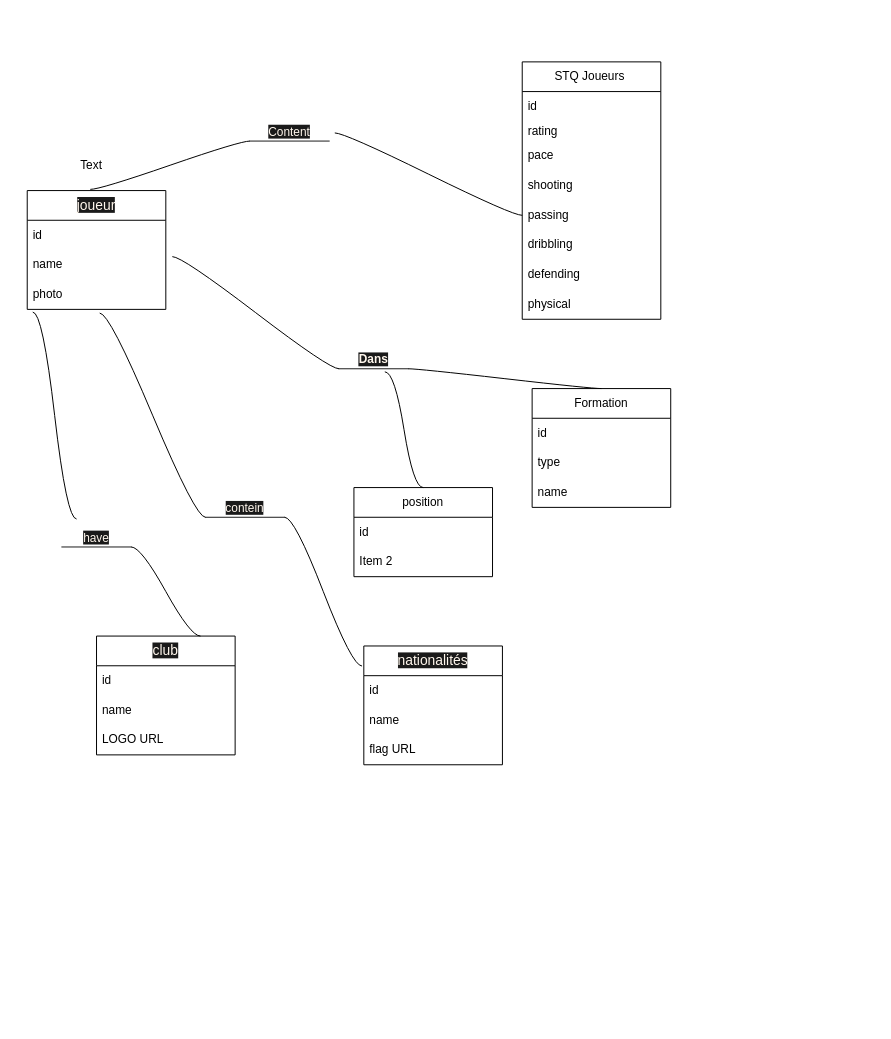
This is gestion.dio from zakaria-123kardache/Gestionnaire_FUT_Champions, a draw.io file, before an edit. Source tidied: cells renumbered, new cells numbered last; positions are measured from the earlier drawing's top-left corner, leaving out a move shared by most shapes. Both pictures are drawn from the tidied source at 99%, with x=0, y=0 at pixel (27, 61).
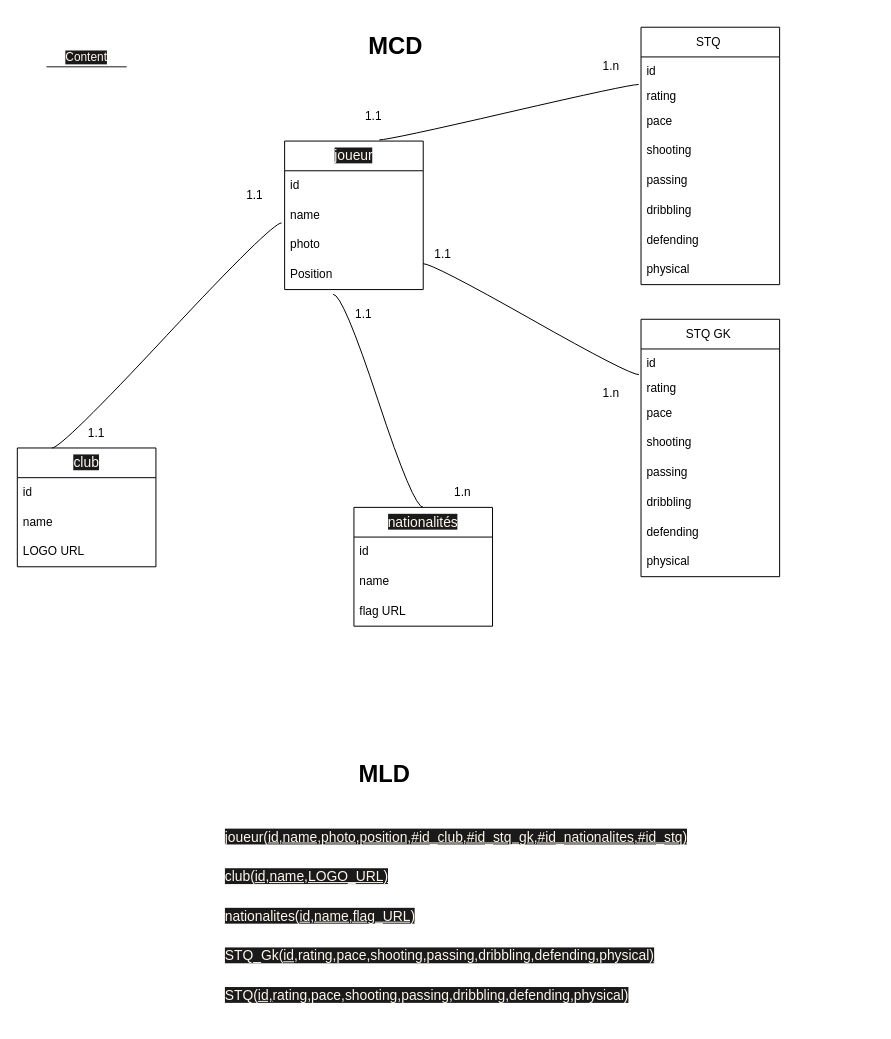
After the change.

Commit message:
MOdification CMD et Add MLD De Player

The change refers to these unchanged cells:
```xml
<mxCell id="3" value="id" style="text;strokeColor=none;fillColor=none;align=left;verticalAlign=middle;spacingLeft=4;spacingRight=4;overflow=hidden;points=[[0,0.5],[1,0.5]];portConstraint=eastwest;whiteSpace=wrap;html=1;" parent="2" vertex="1">
  <mxGeometry y="30" width="140" height="30" as="geometry" />
</mxCell>
<mxCell id="4" value="name" style="text;strokeColor=none;fillColor=none;align=left;verticalAlign=middle;spacingLeft=4;spacingRight=4;overflow=hidden;points=[[0,0.5],[1,0.5]];portConstraint=eastwest;whiteSpace=wrap;html=1;" parent="2" vertex="1">
  <mxGeometry y="60" width="140" height="30" as="geometry" />
</mxCell>
<mxCell id="5" value="photo" style="text;strokeColor=none;fillColor=none;align=left;verticalAlign=middle;spacingLeft=4;spacingRight=4;overflow=hidden;points=[[0,0.5],[1,0.5]];portConstraint=eastwest;whiteSpace=wrap;html=1;" parent="2" vertex="1">
  <mxGeometry y="90" width="140" height="30" as="geometry" />
</mxCell>
<mxCell id="19" value="id" style="text;strokeColor=none;fillColor=none;align=left;verticalAlign=middle;spacingLeft=4;spacingRight=4;overflow=hidden;points=[[0,0.5],[1,0.5]];portConstraint=eastwest;whiteSpace=wrap;html=1;" parent="18" vertex="1">
  <mxGeometry y="30" width="140" height="30" as="geometry" />
</mxCell>
<mxCell id="23" value="passing" style="text;strokeColor=none;fillColor=none;align=left;verticalAlign=middle;spacingLeft=4;spacingRight=4;overflow=hidden;points=[[0,0.5],[1,0.5]];portConstraint=eastwest;whiteSpace=wrap;html=1;" parent="18" vertex="1">
  <mxGeometry y="140" width="140" height="30" as="geometry" />
</mxCell>
```

The edit, as a diff of the source:
```diff
@@
     <mxCell id="2" value="&lt;span style=&quot;font-family: &amp;quot;Nunito Sans&amp;quot;, sans-serif; font-size: 14px; text-align: left; background-color: rgb(26, 26, 26);&quot;&gt;&lt;font style=&quot;&quot; color=&quot;#fff7ed&quot;&gt;joueur&lt;/font&gt;&lt;/span&gt;" style="swimlane;fontStyle=0;horizontal=1;startSize=30;whiteSpace=wrap;html=1;" parent="1" vertex="1">
-      <mxGeometry y="130" width="140" height="120" as="geometry" />
+      <mxGeometry x="260" y="80" width="140" height="150" as="geometry" />
     </mxCell>
@@
+    <mxCell id="44" value="Position" style="text;strokeColor=none;fillColor=none;align=left;verticalAlign=middle;spacingLeft=4;spacingRight=4;overflow=hidden;points=[[0,0.5],[1,0.5]];portConstraint=eastwest;whiteSpace=wrap;html=1;" parent="2" vertex="1">
+      <mxGeometry y="120" width="140" height="30" as="geometry" />
+    </mxCell>
     <mxCell id="6" value="&lt;span style=&quot;font-family: &amp;quot;Nunito Sans&amp;quot;, sans-serif; font-size: 14px; text-align: left; background-color: rgb(26, 26, 26);&quot;&gt;&lt;font style=&quot;&quot; color=&quot;#fff7ed&quot;&gt;nationalités&lt;/font&gt;&lt;/span&gt;" style="swimlane;fontStyle=0;horizontal=1;startSize=30;whiteSpace=wrap;html=1;" parent="1" vertex="1">
-      <mxGeometry x="340" y="590" width="140" height="120" as="geometry" />
+      <mxGeometry x="330" y="450" width="140" height="120" as="geometry" />
     </mxCell>
@@
     <mxCell id="10" value="&lt;span style=&quot;font-family: &amp;quot;Nunito Sans&amp;quot;, sans-serif; font-size: 14px; text-align: left; background-color: rgb(26, 26, 26);&quot;&gt;&lt;font style=&quot;&quot; color=&quot;#fff7ed&quot;&gt;club&lt;/font&gt;&lt;/span&gt;" style="swimlane;fontStyle=0;horizontal=1;startSize=30;whiteSpace=wrap;html=1;" parent="1" vertex="1">
-      <mxGeometry x="70" y="580" width="140" height="120" as="geometry" />
+      <mxGeometry x="-10" y="390" width="140" height="120" as="geometry" />
     </mxCell>
@@
-    <mxCell id="14" value="Formation" style="swimlane;fontStyle=0;horizontal=1;startSize=30;whiteSpace=wrap;html=1;" parent="1" vertex="1">
-      <mxGeometry x="510" y="330" width="140" height="120" as="geometry" />
-    </mxCell>
-    <mxCell id="15" value="id" style="text;strokeColor=none;fillColor=none;align=left;verticalAlign=middle;spacingLeft=4;spacingRight=4;overflow=hidden;whiteSpace=wrap;html=1;" parent="14" vertex="1">
-      <mxGeometry y="30" width="140" height="30" as="geometry" />
-    </mxCell>
-    <mxCell id="16" value="type" style="text;strokeColor=none;fillColor=none;align=left;verticalAlign=middle;spacingLeft=4;spacingRight=4;overflow=hidden;whiteSpace=wrap;html=1;" parent="14" vertex="1">
-      <mxGeometry y="60" width="140" height="30" as="geometry" />
-    </mxCell>
-    <mxCell id="17" value="name" style="text;strokeColor=none;fillColor=none;align=left;verticalAlign=middle;spacingLeft=4;spacingRight=4;overflow=hidden;whiteSpace=wrap;html=1;" parent="14" vertex="1">
-      <mxGeometry y="90" width="140" height="30" as="geometry" />
-    </mxCell>
-    <mxCell id="18" value="STQ Joueurs&amp;nbsp;" style="swimlane;fontStyle=0;horizontal=1;startSize=30;whiteSpace=wrap;html=1;" parent="1" vertex="1">
-      <mxGeometry x="500" width="140" height="260" as="geometry" />
+    <mxCell id="18" value="STQ&amp;nbsp;" style="swimlane;fontStyle=0;horizontal=1;startSize=30;whiteSpace=wrap;html=1;" parent="1" vertex="1">
+      <mxGeometry x="620" y="-35" width="140" height="260" as="geometry" />
     </mxCell>
@@
     <mxCell id="27" value="Content" style="whiteSpace=wrap;html=1;shape=partialRectangle;top=0;left=0;bottom=1;right=0;points=[[0,1],[1,1]];fillColor=none;align=center;verticalAlign=bottom;routingCenterY=0.5;snapToPoint=1;newEdgeStyle={&quot;edgeStyle&quot;:&quot;entityRelationEdgeStyle&quot;,&quot;startArrow&quot;:&quot;none&quot;,&quot;endArrow&quot;:&quot;none&quot;,&quot;segment&quot;:10,&quot;curved&quot;:1,&quot;sourcePerimeterSpacing&quot;:0,&quot;targetPerimeterSpacing&quot;:0};labelBackgroundColor=#1A1A1A;strokeColor=#1A1A1A;fontColor=#FFF7ED;" parent="1" vertex="1" collapsed="1">
-      <mxGeometry x="225" y="50" width="80" height="30" as="geometry" />
+      <mxGeometry x="20" y="-25" width="80" height="30" as="geometry" />
     </mxCell>
-    <mxCell id="28" style="edgeStyle=entityRelationEdgeStyle;startArrow=none;endArrow=none;segment=10;curved=1;sourcePerimeterSpacing=0;targetPerimeterSpacing=0;fontColor=#FFF7ED;exitX=0.455;exitY=-0.01;exitDx=0;exitDy=0;exitPerimeter=0;" parent="1" edge="1" source="2" target="27">
-      <mxGeometry relative="1" as="geometry" />
-    </mxCell>
-    <mxCell id="29" style="edgeStyle=entityRelationEdgeStyle;startArrow=none;endArrow=none;segment=10;curved=1;sourcePerimeterSpacing=0;targetPerimeterSpacing=0;fontColor=#FFF7ED;exitX=0;exitY=0.5;exitDx=0;exitDy=0;entryX=1.071;entryY=0.726;entryDx=0;entryDy=0;entryPerimeter=0;" parent="1" edge="1" source="23" target="27">
-      <mxGeometry relative="1" as="geometry" />
-    </mxCell>
-    <mxCell id="30" value="position" style="swimlane;fontStyle=0;horizontal=1;startSize=30;whiteSpace=wrap;html=1;" parent="1" vertex="1">
-      <mxGeometry x="330" y="430" width="140" height="90" as="geometry" />
-    </mxCell>
-    <mxCell id="31" value="id" style="text;strokeColor=none;fillColor=none;align=left;verticalAlign=middle;spacingLeft=4;spacingRight=4;overflow=hidden;whiteSpace=wrap;html=1;" parent="30" vertex="1">
-      <mxGeometry y="30" width="140" height="30" as="geometry" />
-    </mxCell>
-    <mxCell id="32" value="Item 2" style="text;strokeColor=none;fillColor=none;align=left;verticalAlign=middle;spacingLeft=4;spacingRight=4;overflow=hidden;whiteSpace=wrap;html=1;" parent="30" vertex="1">
-      <mxGeometry y="60" width="140" height="30" as="geometry" />
-    </mxCell>
-    <mxCell id="33" value="Dans" style="whiteSpace=wrap;html=1;shape=partialRectangle;top=0;left=0;bottom=1;right=0;points=[[0,1],[1,1]];fillColor=none;align=center;verticalAlign=bottom;routingCenterY=0.5;snapToPoint=1;newEdgeStyle={&quot;edgeStyle&quot;:&quot;entityRelationEdgeStyle&quot;,&quot;startArrow&quot;:&quot;none&quot;,&quot;endArrow&quot;:&quot;none&quot;,&quot;segment&quot;:10,&quot;curved&quot;:1,&quot;sourcePerimeterSpacing&quot;:0,&quot;targetPerimeterSpacing&quot;:0};labelBackgroundColor=#1A1A1A;strokeColor=#1A1A1A;fontColor=#FFF7ED;fontStyle=1;" parent="1" vertex="1">
-      <mxGeometry x="315" y="280" width="70" height="30" as="geometry" />
-    </mxCell>
-    <mxCell id="34" style="edgeStyle=entityRelationEdgeStyle;startArrow=none;endArrow=none;segment=10;curved=1;sourcePerimeterSpacing=0;targetPerimeterSpacing=0;fontColor=#FFF7ED;exitX=1.047;exitY=1.224;exitDx=0;exitDy=0;exitPerimeter=0;" parent="1" edge="1" source="3" target="33">
-      <mxGeometry relative="1" as="geometry" />
-    </mxCell>
-    <mxCell id="35" style="edgeStyle=entityRelationEdgeStyle;startArrow=none;endArrow=none;segment=10;curved=1;sourcePerimeterSpacing=0;targetPerimeterSpacing=0;fontColor=#FFF7ED;entryX=0.5;entryY=0;entryDx=0;entryDy=0;" parent="1" edge="1" source="33" target="14">
-      <mxGeometry relative="1" as="geometry" />
-    </mxCell>
-    <mxCell id="36" style="edgeStyle=entityRelationEdgeStyle;startArrow=none;endArrow=none;segment=10;curved=1;targetPerimeterSpacing=0;fontColor=#FFF7ED;entryX=-0.013;entryY=0.169;entryDx=0;entryDy=0;entryPerimeter=0;exitDx=0;exitDy=0;exitPerimeter=0;" parent="1" edge="1" source="38" target="6">
-      <mxGeometry relative="1" as="geometry" />
-    </mxCell>
-    <mxCell id="37" style="edgeStyle=entityRelationEdgeStyle;startArrow=none;endArrow=none;segment=10;curved=1;sourcePerimeterSpacing=0;fontColor=#FFF7ED;entryDx=0;entryDy=0;entryPerimeter=0;exitX=0.523;exitY=1.125;exitDx=0;exitDy=0;exitPerimeter=0;" parent="1" edge="1" source="5" target="38">
+    <mxCell id="37" style="edgeStyle=entityRelationEdgeStyle;startArrow=none;endArrow=none;segment=10;curved=1;sourcePerimeterSpacing=0;fontColor=#FFF7ED;entryDx=0;entryDy=0;exitX=0.35;exitY=1.158;exitDx=0;exitDy=0;exitPerimeter=0;entryX=0.5;entryY=0;" parent="1" edge="1" source="44" target="6">
       <mxGeometry relative="1" as="geometry" />
     </mxCell>
-    <mxCell id="38" value="contein" style="whiteSpace=wrap;html=1;shape=partialRectangle;top=0;left=0;bottom=1;right=0;points=[[0,1],[1,1]];fillColor=none;align=center;verticalAlign=bottom;routingCenterY=0.5;snapToPoint=1;newEdgeStyle={&quot;edgeStyle&quot;:&quot;entityRelationEdgeStyle&quot;,&quot;startArrow&quot;:&quot;none&quot;,&quot;endArrow&quot;:&quot;none&quot;,&quot;segment&quot;:10,&quot;curved&quot;:1,&quot;sourcePerimeterSpacing&quot;:0,&quot;targetPerimeterSpacing&quot;:0};labelBackgroundColor=#1A1A1A;strokeColor=#1A1A1A;fontColor=#FFF7ED;" parent="1" vertex="1">
-      <mxGeometry x="180" y="430" width="80" height="30" as="geometry" />
-    </mxCell>
-    <mxCell id="39" style="edgeStyle=entityRelationEdgeStyle;startArrow=none;endArrow=none;segment=10;curved=1;sourcePerimeterSpacing=0;fontColor=#FFF7ED;entryDx=0;entryDy=0;entryPerimeter=0;exitX=0.04;exitY=1.092;exitDx=0;exitDy=0;exitPerimeter=0;entryX=0.212;entryY=0.059;" parent="1" edge="1" source="5" target="40">
-      <mxGeometry relative="1" as="geometry" />
-    </mxCell>
-    <mxCell id="40" value="have" style="whiteSpace=wrap;html=1;shape=partialRectangle;top=0;left=0;bottom=1;right=0;points=[[0,1],[1,1]];fillColor=none;align=center;verticalAlign=bottom;routingCenterY=0.5;snapToPoint=1;newEdgeStyle={&quot;edgeStyle&quot;:&quot;entityRelationEdgeStyle&quot;,&quot;startArrow&quot;:&quot;none&quot;,&quot;endArrow&quot;:&quot;none&quot;,&quot;segment&quot;:10,&quot;curved&quot;:1,&quot;sourcePerimeterSpacing&quot;:0,&quot;targetPerimeterSpacing&quot;:0};labelBackgroundColor=#1A1A1A;strokeColor=#1A1A1A;fontColor=#FFF7ED;" parent="1" vertex="1">
-      <mxGeometry x="35" y="460" width="70" height="30" as="geometry" />
-    </mxCell>
-    <mxCell id="41" style="edgeStyle=entityRelationEdgeStyle;startArrow=none;endArrow=none;segment=10;curved=1;targetPerimeterSpacing=0;fontColor=#FFF7ED;entryX=0.75;entryY=0;entryDx=0;entryDy=0;" parent="1" edge="1" source="40" target="10">
+    <mxCell id="41" style="edgeStyle=entityRelationEdgeStyle;startArrow=none;endArrow=none;segment=10;curved=1;targetPerimeterSpacing=0;fontColor=#FFF7ED;entryX=-0.022;entryY=0.756;entryDx=0;entryDy=0;exitX=0.25;exitY=0;exitDx=0;exitDy=0;entryPerimeter=0;" parent="1" edge="1" source="10" target="4">
       <mxGeometry relative="1" as="geometry" />
     </mxCell>
-    <mxCell id="42" style="edgeStyle=entityRelationEdgeStyle;startArrow=none;endArrow=none;segment=10;curved=1;sourcePerimeterSpacing=0;targetPerimeterSpacing=0;fontColor=#FFF7ED;entryX=0.5;entryY=0;entryDx=0;entryDy=0;exitX=0.66;exitY=1.103;exitDx=0;exitDy=0;exitPerimeter=0;" parent="1" edge="1" source="33" target="30">
-      <mxGeometry relative="1" as="geometry" />
-    </mxCell>
-    <mxCell id="43" value="Text" style="text;html=1;strokeColor=none;fillColor=none;align=center;verticalAlign=middle;whiteSpace=wrap;rounded=0;" parent="1" vertex="1">
-      <mxGeometry x="35" y="90" width="60" height="30" as="geometry" />
+    <mxCell id="43" value="1.1" style="text;html=1;strokeColor=none;fillColor=none;align=center;verticalAlign=middle;whiteSpace=wrap;rounded=0;" parent="1" vertex="1">
+      <mxGeometry x="200" y="120" width="60" height="30" as="geometry" />
     </mxCell>
+    <mxCell id="45" value="STQ GK&amp;nbsp;" style="swimlane;fontStyle=0;horizontal=1;startSize=30;whiteSpace=wrap;html=1;" parent="1" vertex="1">
+      <mxGeometry x="620" y="260" width="140" height="260" as="geometry" />
+    </mxCell>
+    <mxCell id="46" value="id" style="text;strokeColor=none;fillColor=none;align=left;verticalAlign=middle;spacingLeft=4;spacingRight=4;overflow=hidden;points=[[0,0.5],[1,0.5]];portConstraint=eastwest;whiteSpace=wrap;html=1;" parent="45" vertex="1">
+      <mxGeometry y="30" width="140" height="30" as="geometry" />
+    </mxCell>
+    <mxCell id="47" value="rating" style="text;strokeColor=none;fillColor=none;align=left;verticalAlign=middle;spacingLeft=4;spacingRight=4;overflow=hidden;whiteSpace=wrap;html=1;" parent="45" vertex="1">
+      <mxGeometry y="60" width="140" height="20" as="geometry" />
+    </mxCell>
+    <mxCell id="48" value="pace" style="text;strokeColor=none;fillColor=none;align=left;verticalAlign=middle;spacingLeft=4;spacingRight=4;overflow=hidden;whiteSpace=wrap;html=1;" parent="45" vertex="1">
+      <mxGeometry y="80" width="140" height="30" as="geometry" />
+    </mxCell>
+    <mxCell id="49" value="shooting" style="text;strokeColor=none;fillColor=none;align=left;verticalAlign=middle;spacingLeft=4;spacingRight=4;overflow=hidden;whiteSpace=wrap;html=1;" parent="45" vertex="1">
+      <mxGeometry y="110" width="140" height="30" as="geometry" />
+    </mxCell>
+    <mxCell id="50" value="passing" style="text;strokeColor=none;fillColor=none;align=left;verticalAlign=middle;spacingLeft=4;spacingRight=4;overflow=hidden;whiteSpace=wrap;html=1;" parent="45" vertex="1">
+      <mxGeometry y="140" width="140" height="30" as="geometry" />
+    </mxCell>
+    <mxCell id="51" value="dribbling" style="text;strokeColor=none;fillColor=none;align=left;verticalAlign=middle;spacingLeft=4;spacingRight=4;overflow=hidden;whiteSpace=wrap;html=1;" parent="45" vertex="1">
+      <mxGeometry y="170" width="140" height="30" as="geometry" />
+    </mxCell>
+    <mxCell id="52" value="defending" style="text;strokeColor=none;fillColor=none;align=left;verticalAlign=middle;spacingLeft=4;spacingRight=4;overflow=hidden;whiteSpace=wrap;html=1;" parent="45" vertex="1">
+      <mxGeometry y="200" width="140" height="30" as="geometry" />
+    </mxCell>
+    <mxCell id="53" value="physical" style="text;strokeColor=none;fillColor=none;align=left;verticalAlign=middle;spacingLeft=4;spacingRight=4;overflow=hidden;whiteSpace=wrap;html=1;" parent="45" vertex="1">
+      <mxGeometry y="230" width="140" height="30" as="geometry" />
+    </mxCell>
+    <mxCell id="54" style="edgeStyle=entityRelationEdgeStyle;startArrow=none;endArrow=none;segment=10;curved=1;sourcePerimeterSpacing=0;targetPerimeterSpacing=0;fontColor=#FFF7ED;exitX=-0.017;exitY=0.928;exitDx=0;exitDy=0;exitPerimeter=0;entryX=0.683;entryY=-0.008;entryDx=0;entryDy=0;entryPerimeter=0;" parent="1" edge="1" source="19" target="2">
+      <mxGeometry relative="1" as="geometry" />
+    </mxCell>
+    <mxCell id="55" style="edgeStyle=entityRelationEdgeStyle;startArrow=none;endArrow=none;segment=10;curved=1;sourcePerimeterSpacing=0;targetPerimeterSpacing=0;fontColor=#FFF7ED;exitX=0.999;exitY=0.128;exitDx=0;exitDy=0;entryX=-0.015;entryY=0.865;entryDx=0;entryDy=0;entryPerimeter=0;exitPerimeter=0;" parent="1" edge="1" source="44" target="46">
+      <mxGeometry relative="1" as="geometry" />
+    </mxCell>
+    <mxCell id="56" value="1.n" style="text;html=1;strokeColor=none;fillColor=none;align=center;verticalAlign=middle;whiteSpace=wrap;rounded=0;" parent="1" vertex="1">
+      <mxGeometry x="560" y="-10" width="60" height="30" as="geometry" />
+    </mxCell>
+    <mxCell id="57" value="1.n" style="text;html=1;strokeColor=none;fillColor=none;align=center;verticalAlign=middle;whiteSpace=wrap;rounded=0;" parent="1" vertex="1">
+      <mxGeometry x="560" y="320" width="60" height="30" as="geometry" />
+    </mxCell>
+    <mxCell id="58" value="1.1" style="text;html=1;strokeColor=none;fillColor=none;align=center;verticalAlign=middle;whiteSpace=wrap;rounded=0;" parent="1" vertex="1">
+      <mxGeometry x="390" y="180" width="60" height="30" as="geometry" />
+    </mxCell>
+    <mxCell id="59" value="1.1" style="text;html=1;strokeColor=none;fillColor=none;align=center;verticalAlign=middle;whiteSpace=wrap;rounded=0;" parent="1" vertex="1">
+      <mxGeometry x="40" y="360" width="60" height="30" as="geometry" />
+    </mxCell>
+    <mxCell id="60" value="1.1" style="text;html=1;strokeColor=none;fillColor=none;align=center;verticalAlign=middle;whiteSpace=wrap;rounded=0;" parent="1" vertex="1">
+      <mxGeometry x="310" y="240" width="60" height="30" as="geometry" />
+    </mxCell>
+    <mxCell id="61" value="1.n" style="text;html=1;strokeColor=none;fillColor=none;align=center;verticalAlign=middle;whiteSpace=wrap;rounded=0;" parent="1" vertex="1">
+      <mxGeometry x="410" y="420" width="60" height="30" as="geometry" />
+    </mxCell>
+    <mxCell id="62" value="&lt;h1&gt;MCD&lt;/h1&gt;" style="text;html=1;strokeColor=none;fillColor=none;spacing=5;spacingTop=-20;whiteSpace=wrap;overflow=hidden;rounded=0;" parent="1" vertex="1">
+      <mxGeometry x="340" y="-35" width="100" height="40" as="geometry" />
+    </mxCell>
+    <mxCell id="63" value="&lt;h1&gt;MLD&lt;/h1&gt;" style="text;html=1;strokeColor=none;fillColor=none;spacing=5;spacingTop=-20;whiteSpace=wrap;overflow=hidden;rounded=0;" parent="1" vertex="1">
+      <mxGeometry x="330" y="700" width="100" height="40" as="geometry" />
+    </mxCell>
+    <mxCell id="64" value="&lt;h1&gt;&lt;span style=&quot;color: rgb(255, 247, 237); font-family: &amp;quot;Nunito Sans&amp;quot;, sans-serif; font-size: 14px; font-weight: 400; background-color: rgb(26, 26, 26);&quot;&gt;joueur(&lt;u&gt;id,name,photo,position,#id_club,#id_stq_gk,#id_nationalites,#id_stq)&lt;/u&gt;&lt;/span&gt;&lt;br&gt;&lt;/h1&gt;" style="text;html=1;strokeColor=none;fillColor=none;spacing=5;spacingTop=-20;whiteSpace=wrap;overflow=hidden;rounded=0;" parent="1" vertex="1">
+      <mxGeometry x="195" y="760" width="510" height="50" as="geometry" />
+    </mxCell>
+    <mxCell id="65" value="&lt;h1&gt;&lt;span style=&quot;color: rgb(255, 247, 237); font-family: &amp;quot;Nunito Sans&amp;quot;, sans-serif; font-size: 14px; font-weight: 400; background-color: rgb(26, 26, 26);&quot;&gt;nationalites(&lt;u&gt;id,name,flag_URL)&lt;/u&gt;&lt;/span&gt;&lt;br&gt;&lt;/h1&gt;" style="text;html=1;strokeColor=none;fillColor=none;spacing=5;spacingTop=-20;whiteSpace=wrap;overflow=hidden;rounded=0;" parent="1" vertex="1">
+      <mxGeometry x="195" y="840" width="310" height="50" as="geometry" />
+    </mxCell>
+    <mxCell id="66" value="1.1" style="text;html=1;strokeColor=none;fillColor=none;align=center;verticalAlign=middle;whiteSpace=wrap;rounded=0;" parent="1" vertex="1">
+      <mxGeometry x="320" y="40" width="60" height="30" as="geometry" />
+    </mxCell>
+    <mxCell id="67" value="&lt;h1&gt;&lt;span style=&quot;color: rgb(255, 247, 237); font-family: &amp;quot;Nunito Sans&amp;quot;, sans-serif; font-size: 14px; font-weight: 400; background-color: rgb(26, 26, 26);&quot;&gt;club(&lt;u&gt;id,name,LOGO_URL)&lt;/u&gt;&lt;/span&gt;&lt;br&gt;&lt;/h1&gt;" style="text;html=1;strokeColor=none;fillColor=none;spacing=5;spacingTop=-20;whiteSpace=wrap;overflow=hidden;rounded=0;" parent="1" vertex="1">
+      <mxGeometry x="195" y="800" width="310" height="50" as="geometry" />
+    </mxCell>
+    <mxCell id="68" value="&lt;h1&gt;&lt;span style=&quot;color: rgb(255, 247, 237); font-family: &amp;quot;Nunito Sans&amp;quot;, sans-serif; font-size: 14px; font-weight: 400; background-color: rgb(26, 26, 26);&quot;&gt;STQ_Gk(&lt;u&gt;id,&lt;/u&gt;rating,pace,shooting,passing,dribbling,defending,physical&lt;u&gt;)&lt;/u&gt;&lt;/span&gt;&lt;br&gt;&lt;/h1&gt;" style="text;html=1;strokeColor=none;fillColor=none;spacing=5;spacingTop=-20;whiteSpace=wrap;overflow=hidden;rounded=0;" parent="1" vertex="1">
+      <mxGeometry x="195" y="880" width="660" height="50" as="geometry" />
+    </mxCell>
+    <mxCell id="69" value="&lt;h1&gt;&lt;span style=&quot;color: rgb(255, 247, 237); font-family: &amp;quot;Nunito Sans&amp;quot;, sans-serif; font-size: 14px; font-weight: 400; background-color: rgb(26, 26, 26);&quot;&gt;STQ(&lt;u&gt;id,&lt;/u&gt;rating,pace,shooting,passing,dribbling,defending,physical&lt;u&gt;)&lt;/u&gt;&lt;/span&gt;&lt;br&gt;&lt;/h1&gt;" style="text;html=1;strokeColor=none;fillColor=none;spacing=5;spacingTop=-20;whiteSpace=wrap;overflow=hidden;rounded=0;" parent="1" vertex="1">
+      <mxGeometry x="195" y="920" width="660" height="50" as="geometry" />
+    </mxCell>
```
